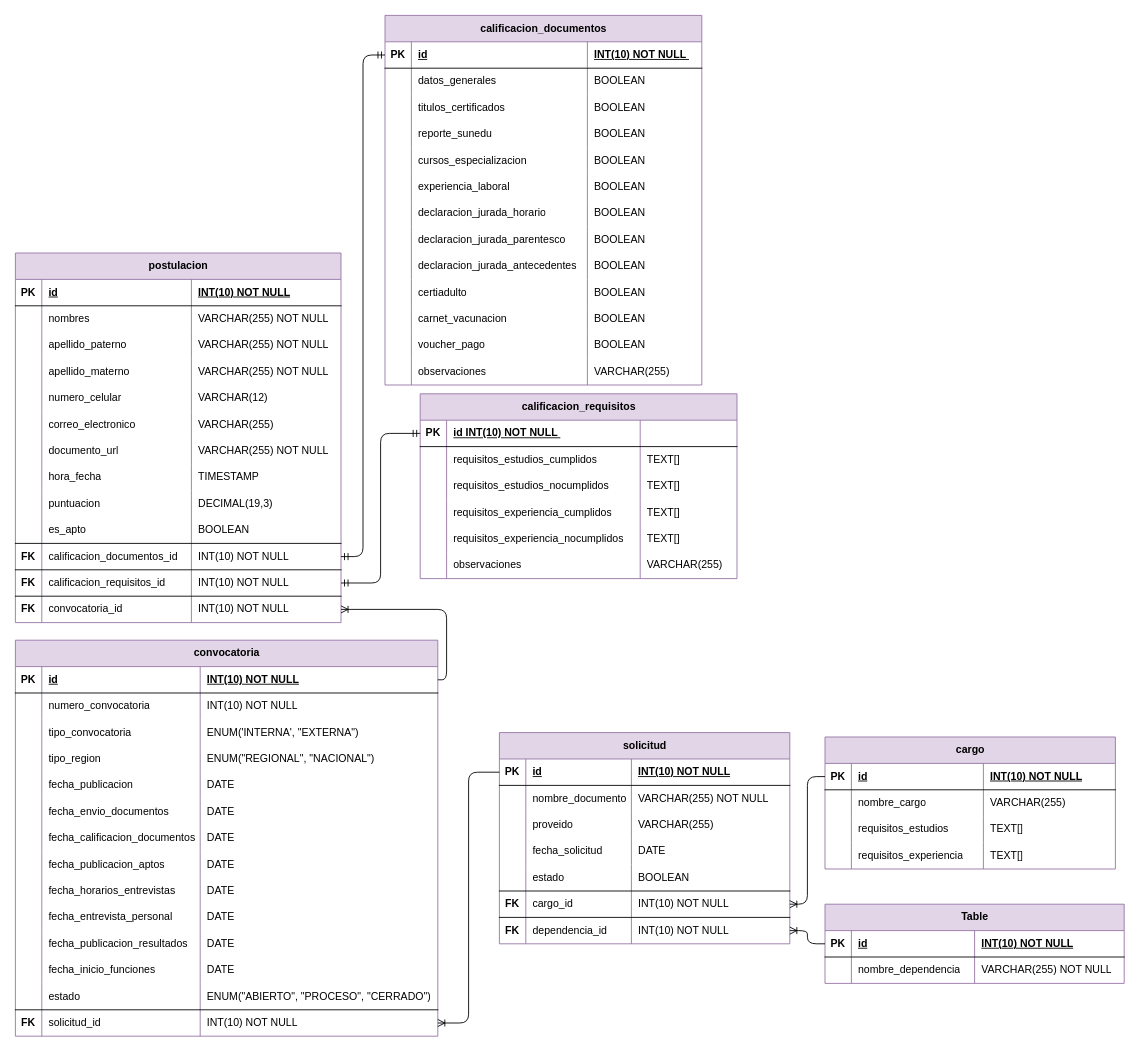
Above: diagrams/Entity-Relationship.drawio in zsalazars/sistema-convocatorias (draw.io), before the change. Source tidied: cells renumbered, new cells numbered last; positions are measured from the earlier drawing's top-left corner, leaving out a move shared by most shapes. Both pictures are drawn from the tidied source at 88%, with x=0, y=0 at pixel (15, 15).
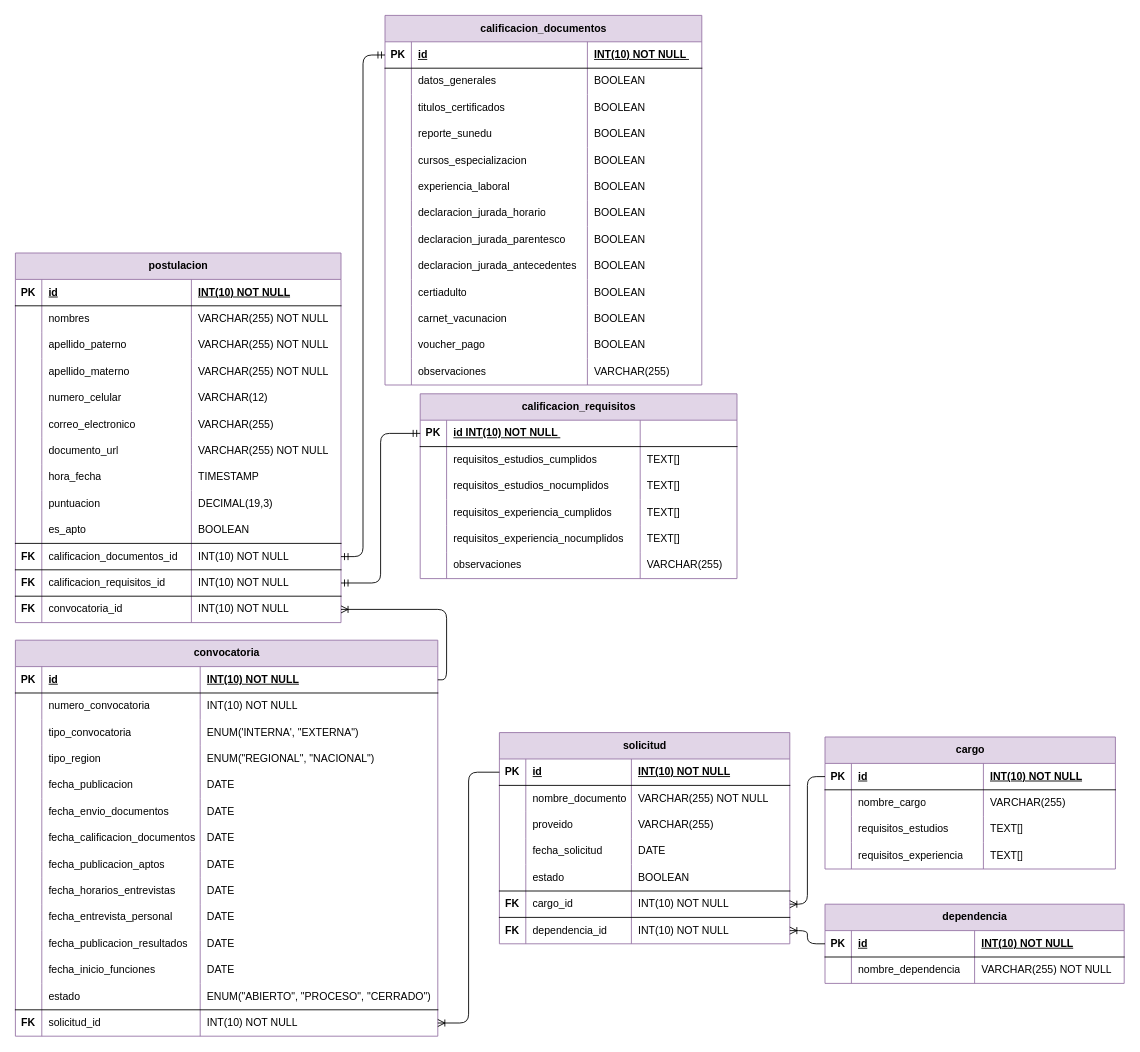
The same diagram, later.

Change to the diagram source:
```diff
@@
-    <mxCell id="240" value="Table" style="shape=table;startSize=30;childLayout=tableLayout;rowLines=0;fontStyle=1;align=center;html=1;fillColor=#e1d5e7;strokeColor=#9673a6;" parent="1" vertex="1">
+    <mxCell id="240" value="dependencia" style="shape=table;startSize=30;childLayout=tableLayout;rowLines=0;fontStyle=1;align=center;html=1;fillColor=#e1d5e7;strokeColor=#9673a6;" parent="1" vertex="1">
       <mxGeometry x="920" y="1010" width="340" height="90" as="geometry" />
     </mxCell>
```
